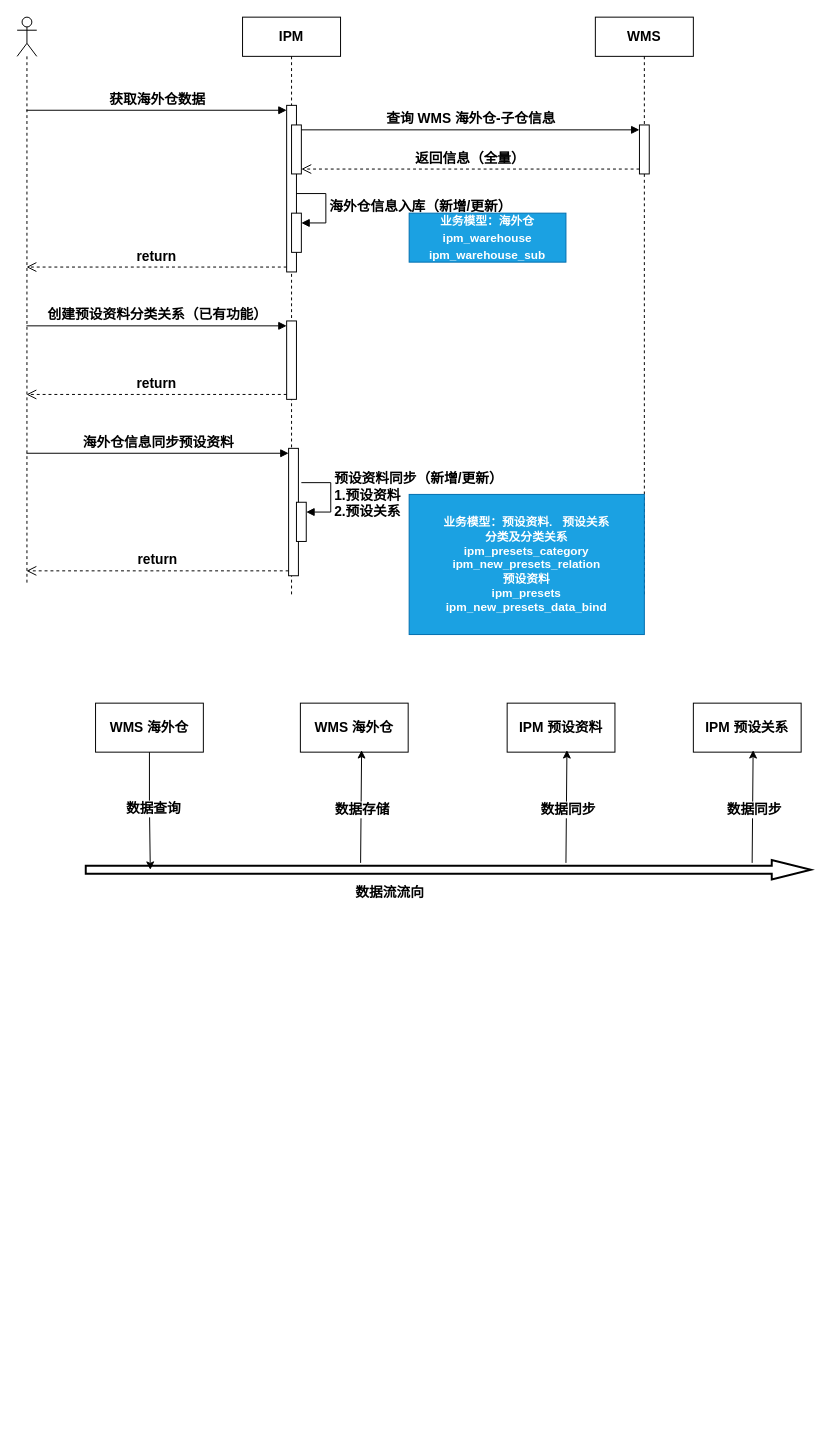
Msimplehub/abbysun keeps this draw.io diagram as shein/海外仓计划.drawio. Above is the earlier version. Source tidied: cells renumbered, new cells numbered last; positions are measured from the earlier drawing's top-left corner, leaving out a move shared by most shapes. Both pictures are drawn from the tidied source at 98%, with x=0, y=0 at pixel (17, 17).
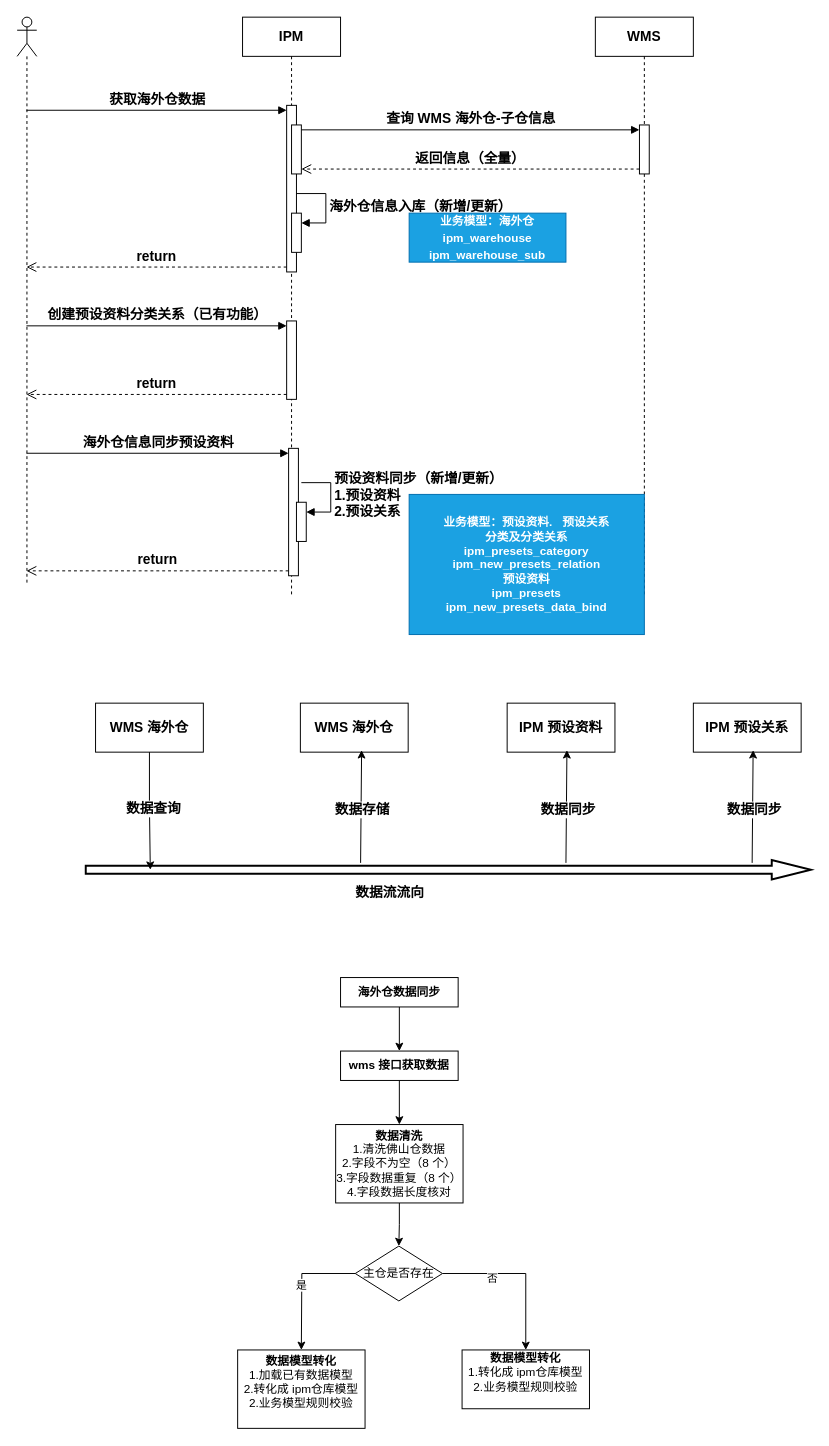
The same diagram, later.

Commit message:
更新海外仓计划.drawio

Change to the diagram source:
```diff
@@
+    <mxCell id="38" style="edgeStyle=orthogonalEdgeStyle;rounded=0;jettySize=auto;html=1;exitX=0.5;exitY=1;exitDx=0;exitDy=0;" parent="1" edge="1" source="39" target="41">
+      <mxGeometry relative="1" as="geometry" />
+    </mxCell>
+    <mxCell id="39" value="&lt;b&gt;海外仓数据同步&lt;/b&gt;" style="rounded=0;whiteSpace=wrap;html=1;" parent="1" vertex="1">
+      <mxGeometry x="330" y="980" width="120" height="30" as="geometry" />
+    </mxCell>
+    <mxCell id="40" style="edgeStyle=orthogonalEdgeStyle;rounded=0;jettySize=auto;html=1;exitX=0.5;exitY=1;exitDx=0;exitDy=0;entryX=0.5;entryY=0;entryDx=0;entryDy=0;" parent="1" edge="1" source="41" target="43">
+      <mxGeometry relative="1" as="geometry" />
+    </mxCell>
+    <mxCell id="41" value="&lt;b&gt;wms 接口获取数据&lt;/b&gt;" style="rounded=0;whiteSpace=wrap;html=1;" parent="1" vertex="1">
+      <mxGeometry x="330" y="1055" width="120" height="30" as="geometry" />
+    </mxCell>
+    <mxCell id="42" style="edgeStyle=orthogonalEdgeStyle;rounded=0;jettySize=auto;html=1;exitX=0.5;exitY=1;exitDx=0;exitDy=0;entryX=0.5;entryY=0;entryDx=0;entryDy=0;" parent="1" edge="1" source="43" target="49">
+      <mxGeometry relative="1" as="geometry" />
+    </mxCell>
+    <mxCell id="43" value="&lt;b&gt;数据清洗&lt;/b&gt;&lt;div&gt;1.清洗佛山仓数据&lt;br&gt;&lt;div&gt;2.字段不为空（8 个）&lt;/div&gt;&lt;div&gt;3.字段数据重复（8 个）&lt;/div&gt;&lt;div&gt;4.字段数据长度核对&lt;/div&gt;&lt;/div&gt;" style="rounded=0;whiteSpace=wrap;html=1;" parent="1" vertex="1">
+      <mxGeometry x="325" y="1130" width="130" height="80" as="geometry" />
+    </mxCell>
+    <mxCell id="44" value="&lt;div&gt;&lt;b&gt;数据模型转化&lt;/b&gt;&lt;/div&gt;&lt;div&gt;1.加载已有数据模型&lt;/div&gt;&lt;div&gt;2.转化成 ipm仓库模型&lt;/div&gt;&lt;div&gt;2.业务模型规则校验&lt;/div&gt;&lt;div&gt;&lt;br&gt;&lt;/div&gt;" style="rounded=0;whiteSpace=wrap;html=1;" parent="1" vertex="1">
+      <mxGeometry x="225" y="1360" width="130" height="80" as="geometry" />
+    </mxCell>
+    <mxCell id="45" style="edgeStyle=orthogonalEdgeStyle;rounded=0;jettySize=auto;html=1;exitX=0;exitY=0.5;exitDx=0;exitDy=0;" parent="1" edge="1" source="49">
+      <mxGeometry relative="1" as="geometry">
+        <mxPoint x="290" y="1360" as="targetPoint" />
+      </mxGeometry>
+    </mxCell>
+    <mxCell id="46" value="是" style="edgeLabel;html=1;align=center;verticalAlign=middle;" parent="45" vertex="1">
+      <mxGeometry x="-0.01" y="-1" relative="1" as="geometry" />
+    </mxCell>
+    <mxCell id="47" style="edgeStyle=orthogonalEdgeStyle;rounded=0;jettySize=auto;html=1;exitX=1;exitY=0.5;exitDx=0;exitDy=0;" parent="1" edge="1" source="49" target="50">
+      <mxGeometry relative="1" as="geometry" />
+    </mxCell>
+    <mxCell id="48" value="否" style="edgeLabel;html=1;align=center;verticalAlign=middle;" parent="47" vertex="1">
+      <mxGeometry x="-0.39" y="-4" relative="1" as="geometry" />
+    </mxCell>
+    <mxCell id="49" value="主仓是否存在" style="rhombus;whiteSpace=wrap;html=1;" parent="1" vertex="1">
+      <mxGeometry x="345" y="1254" width="89" height="56" as="geometry" />
+    </mxCell>
+    <mxCell id="50" value="&lt;div&gt;&lt;b&gt;数据模型转化&lt;/b&gt;&lt;/div&gt;&lt;div&gt;1.转化成 ipm仓库模型&lt;/div&gt;&lt;div&gt;2.业务模型规则校验&lt;/div&gt;&lt;div&gt;&lt;br&gt;&lt;/div&gt;" style="rounded=0;whiteSpace=wrap;html=1;" parent="1" vertex="1">
+      <mxGeometry x="454" y="1360" width="130" height="60" as="geometry" />
+    </mxCell>
```
